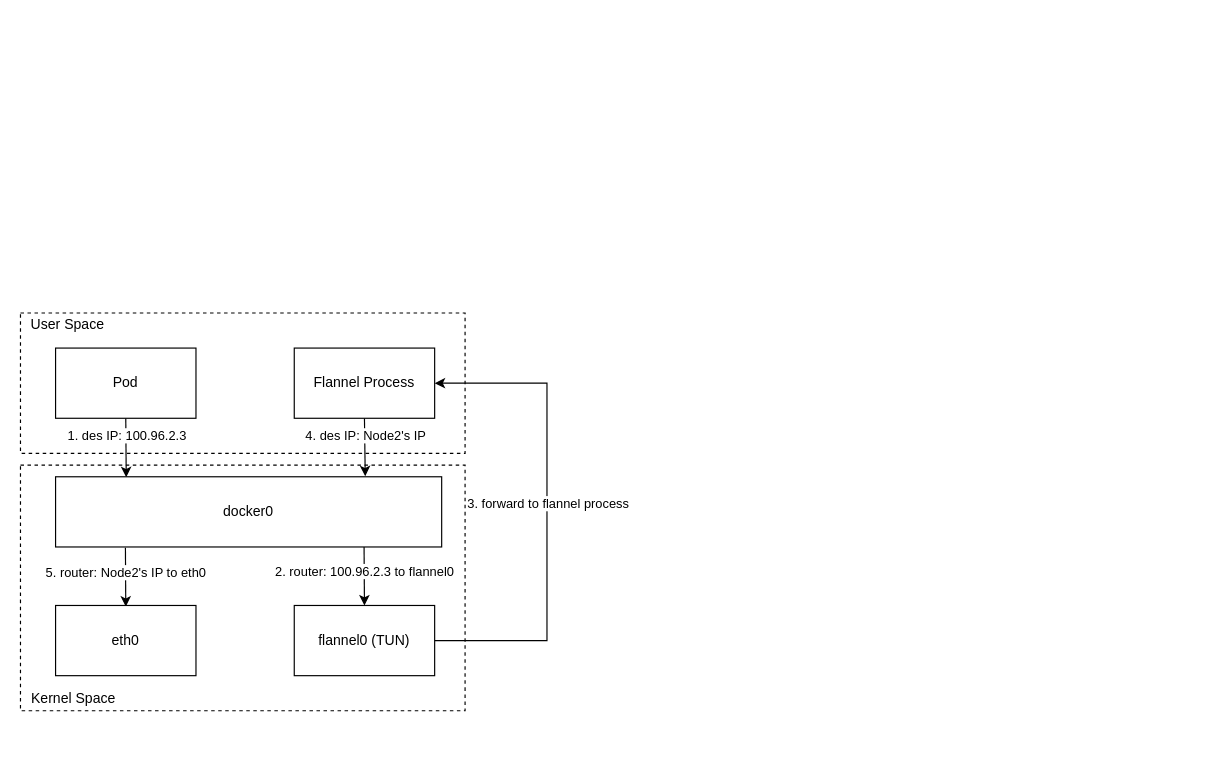
Earlier version of the draw.io diagram 深入剖析k8s-33.drawio (justxuewei/draw.io). Source tidied: cells renumbered, new cells numbered last; positions are measured from the earlier drawing's top-left corner, leaving out a move shared by most shapes. Both pictures are drawn from the tidied source at 117%, with x=0, y=0 at pixel (20, 312).
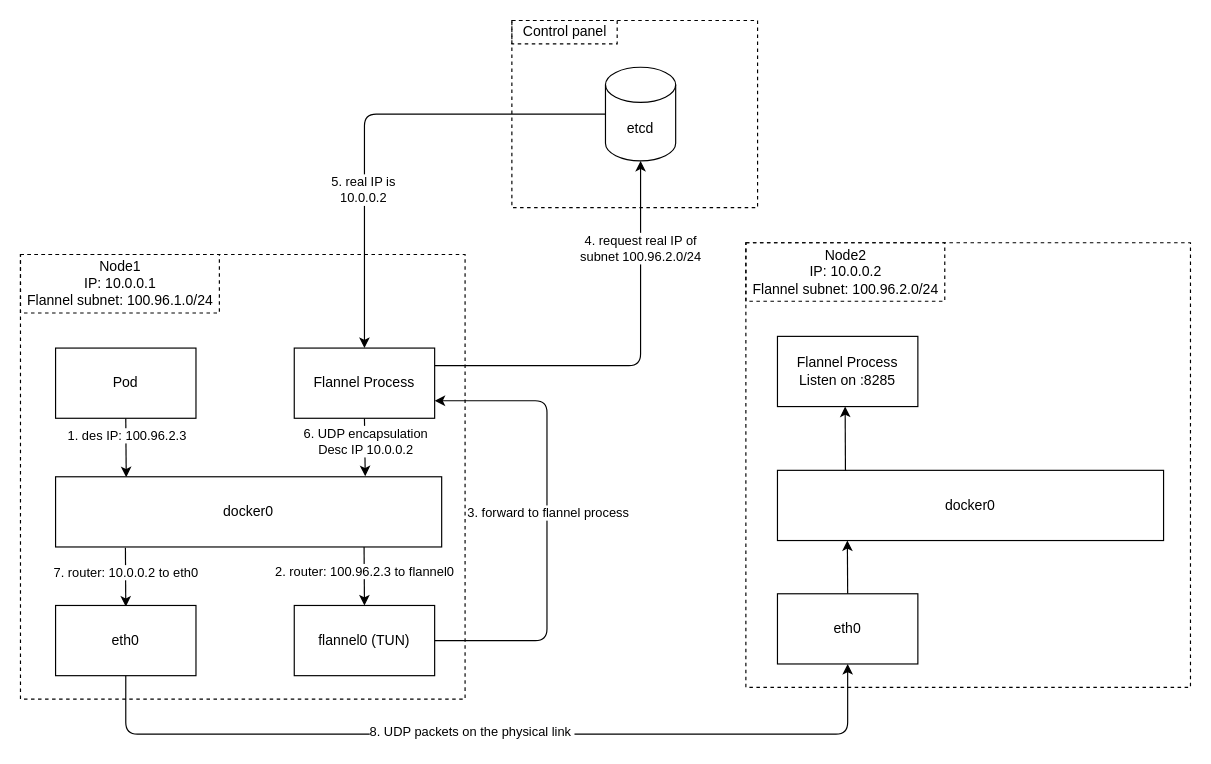
After the change.

The change refers to these unchanged cells:
```xml
<mxCell id="8" style="rounded=0;jettySize=auto;html=1;exitX=0.5;exitY=1;exitDx=0;exitDy=0;entryX=0.802;entryY=-0.008;entryDx=0;entryDy=0;entryPerimeter=0;" parent="1" edge="1" source="10" target="14">
  <mxGeometry relative="1" as="geometry" />
</mxCell>
<mxCell id="10" value="Flannel Process" style="rounded=0;whiteSpace=wrap;html=1;" parent="1" vertex="1">
  <mxGeometry x="234" y="30" width="120" height="60" as="geometry" />
</mxCell>
<mxCell id="17" value="flannel0 (TUN)" style="rounded=0;whiteSpace=wrap;html=1;" parent="1" vertex="1">
  <mxGeometry x="234" y="250" width="120" height="60" as="geometry" />
</mxCell>
<mxCell id="18" value="eth0" style="rounded=0;whiteSpace=wrap;html=1;" parent="1" vertex="1">
  <mxGeometry x="30" y="250" width="120" height="60" as="geometry" />
</mxCell>
```

Change to the diagram source:
```diff
@@
-    <mxCell id="2" style="rounded=0;whiteSpace=wrap;html=1;dashed=1;" parent="1" vertex="1">
-      <mxGeometry y="130" width="380" height="210" as="geometry" />
-    </mxCell>
-    <mxCell id="3" value="Kernel Space" style="text;html=1;align=center;verticalAlign=middle;strokeColor=none;fillColor=none;" parent="1" vertex="1">
-      <mxGeometry y="320" width="90" height="20" as="geometry" />
-    </mxCell>
+    <mxCell id="20" style="rounded=0;whiteSpace=wrap;html=1;dashed=1;strokeColor=default;" parent="1" vertex="1">
+      <mxGeometry x="420" y="-250" width="210" height="160" as="geometry" />
+    </mxCell>
+    <mxCell id="21" style="rounded=0;whiteSpace=wrap;html=1;dashed=1;" parent="1" vertex="1">
+      <mxGeometry x="620" y="-60" width="380" height="380" as="geometry" />
+    </mxCell>
     <mxCell id="4" style="rounded=0;whiteSpace=wrap;html=1;dashed=1;" parent="1" vertex="1">
-      <mxGeometry width="380" height="120" as="geometry" />
+      <mxGeometry y="-50" width="380" height="380" as="geometry" />
     </mxCell>
@@
-    <mxCell id="9" value="4. des IP: Node2's IP" style="edgeLabel;html=1;align=center;verticalAlign=middle;" parent="8" vertex="1">
+    <mxCell id="9" value="6. UDP encapsulation&lt;br&gt;Desc IP 10.0.0.2" style="edgeLabel;html=1;align=center;verticalAlign=middle;" parent="8" vertex="1">
       <mxGeometry x="-0.11" relative="1" as="geometry">
-        <mxPoint y="-7" as="offset" />
+        <mxPoint y="-2" as="offset" />
       </mxGeometry>
     </mxCell>
+    <mxCell id="22" style="edgeStyle=orthogonalEdgeStyle;rounded=1;jettySize=auto;html=1;exitX=1;exitY=0.25;exitDx=0;exitDy=0;entryX=0.5;entryY=1;entryDx=0;entryDy=0;entryPerimeter=0;" parent="1" edge="1" source="10" target="28">
+      <mxGeometry relative="1" as="geometry">
+        <Array as="points">
+          <mxPoint x="530" y="45" />
+        </Array>
+      </mxGeometry>
+    </mxCell>
+    <mxCell id="23" value="4. request real IP of&lt;br&gt;subnet 100.96.2.0/24" style="edgeLabel;html=1;align=center;verticalAlign=middle;" parent="22" vertex="1">
+      <mxGeometry x="0.58" y="1" relative="1" as="geometry" />
+    </mxCell>
@@
-    <mxCell id="13" value="5. router: Node2's IP to eth0" style="edgeStyle=none;rounded=0;orthogonalLoop=1;jettySize=auto;html=1;exitX=0.181;exitY=0.994;exitDx=0;exitDy=0;entryX=0.5;entryY=0;entryDx=0;entryDy=0;exitPerimeter=0;" parent="1" edge="1">
+    <mxCell id="13" value="7. router: 10.0.0.2 to eth0" style="edgeStyle=none;rounded=0;orthogonalLoop=1;jettySize=auto;html=1;exitX=0.181;exitY=0.994;exitDx=0;exitDy=0;entryX=0.5;entryY=0;entryDx=0;entryDy=0;exitPerimeter=0;" parent="1" edge="1">
       <mxGeometry x="-0.15" relative="1" as="geometry">
         <mxPoint x="89.7" y="200.6" as="sourcePoint" />
         <mxPoint x="90" y="251" as="targetPoint" />
       </mxGeometry>
     </mxCell>
@@
-    <mxCell id="15" style="edgeStyle=orthogonalEdgeStyle;rounded=0;jettySize=auto;html=1;exitX=1;exitY=0.5;exitDx=0;exitDy=0;entryX=1;entryY=0.5;entryDx=0;entryDy=0;" parent="1" edge="1" source="17" target="10">
+    <mxCell id="15" style="edgeStyle=orthogonalEdgeStyle;rounded=1;jettySize=auto;html=1;exitX=1;exitY=0.5;exitDx=0;exitDy=0;entryX=1;entryY=0.75;entryDx=0;entryDy=0;" parent="1" edge="1" source="17" target="10">
       <mxGeometry relative="1" as="geometry">
         <Array as="points">
           <mxPoint x="450" y="280" />
-          <mxPoint x="450" y="60" />
+          <mxPoint x="450" y="75" />
         </Array>
       </mxGeometry>
     </mxCell>
@@
+    <mxCell id="24" style="edgeStyle=orthogonalEdgeStyle;rounded=1;jettySize=auto;html=1;exitX=0.5;exitY=1;exitDx=0;exitDy=0;entryX=0.5;entryY=1;entryDx=0;entryDy=0;" parent="1" edge="1" source="18" target="31">
+      <mxGeometry relative="1" as="geometry">
+        <Array as="points">
+          <mxPoint x="90" y="360" />
+          <mxPoint x="707" y="360" />
+        </Array>
+      </mxGeometry>
+    </mxCell>
+    <mxCell id="25" value="8. UDP packets on the physical link&amp;nbsp;" style="edgeLabel;html=1;align=center;verticalAlign=middle;" parent="24" vertex="1">
+      <mxGeometry x="-0.05" y="3" relative="1" as="geometry" />
+    </mxCell>
@@
-    <mxCell id="19" value="User Space" style="text;html=1;align=center;verticalAlign=middle;strokeColor=none;fillColor=none;" parent="1" vertex="1">
-      <mxGeometry width="80" height="20" as="geometry" />
+    <mxCell id="19" value="Node1&lt;br&gt;IP: 10.0.0.1&lt;br&gt;Flannel subnet: 100.96.1.0/24" style="text;html=1;align=center;verticalAlign=middle;strokeColor=default;fillColor=none;dashed=1;" parent="1" vertex="1">
+      <mxGeometry y="-50" width="170" height="50" as="geometry" />
     </mxCell>
+    <mxCell id="26" style="edgeStyle=orthogonalEdgeStyle;rounded=1;jettySize=auto;html=1;exitX=0;exitY=0.5;exitDx=0;exitDy=0;exitPerimeter=0;entryX=0.5;entryY=0;entryDx=0;entryDy=0;" parent="1" edge="1" source="28" target="10">
+      <mxGeometry relative="1" as="geometry" />
+    </mxCell>
+    <mxCell id="27" value="5. real IP is&lt;br&gt;10.0.0.2" style="edgeLabel;html=1;align=center;verticalAlign=middle;" parent="26" vertex="1">
+      <mxGeometry x="0.33" y="-2" relative="1" as="geometry" />
+    </mxCell>
+    <mxCell id="28" value="etcd" style="shape=cylinder3;whiteSpace=wrap;html=1;boundedLbl=1;backgroundOutline=1;size=15;" parent="1" vertex="1">
+      <mxGeometry x="500" y="-210" width="60" height="80" as="geometry" />
+    </mxCell>
+    <mxCell id="29" value="Node2&lt;br&gt;IP: 10.0.0.2&lt;br&gt;Flannel subnet: 100.96.2.0/24" style="text;html=1;align=center;verticalAlign=middle;strokeColor=default;fillColor=none;dashed=1;" parent="1" vertex="1">
+      <mxGeometry x="620" y="-60" width="170" height="50" as="geometry" />
+    </mxCell>
+    <mxCell id="30" style="rounded=1;jettySize=auto;html=1;exitX=0.5;exitY=0;exitDx=0;exitDy=0;entryX=0.181;entryY=0.998;entryDx=0;entryDy=0;entryPerimeter=0;" parent="1" edge="1" source="31" target="34">
+      <mxGeometry relative="1" as="geometry" />
+    </mxCell>
+    <mxCell id="31" value="eth0" style="rounded=0;whiteSpace=wrap;html=1;" parent="1" vertex="1">
+      <mxGeometry x="647" y="240" width="120" height="60" as="geometry" />
+    </mxCell>
+    <mxCell id="32" value="Control panel" style="text;html=1;align=center;verticalAlign=middle;strokeColor=default;fillColor=none;dashed=1;" parent="1" vertex="1">
+      <mxGeometry x="420" y="-250" width="90" height="20" as="geometry" />
+    </mxCell>
+    <mxCell id="33" value="Flannel Process&lt;br&gt;Listen on :8285" style="rounded=0;whiteSpace=wrap;html=1;" parent="1" vertex="1">
+      <mxGeometry x="647" y="20" width="120" height="60" as="geometry" />
+    </mxCell>
+    <mxCell id="34" value="docker0" style="rounded=0;whiteSpace=wrap;html=1;" parent="1" vertex="1">
+      <mxGeometry x="647" y="134.5" width="330" height="60" as="geometry" />
+    </mxCell>
+    <mxCell id="35" style="rounded=1;jettySize=auto;html=1;exitX=0.5;exitY=0;exitDx=0;exitDy=0;entryX=0.482;entryY=1;entryDx=0;entryDy=0;entryPerimeter=0;" parent="1" edge="1" target="33">
+      <mxGeometry relative="1" as="geometry">
+        <mxPoint x="705.1" y="134.6" as="sourcePoint" />
+      </mxGeometry>
+    </mxCell>
```
